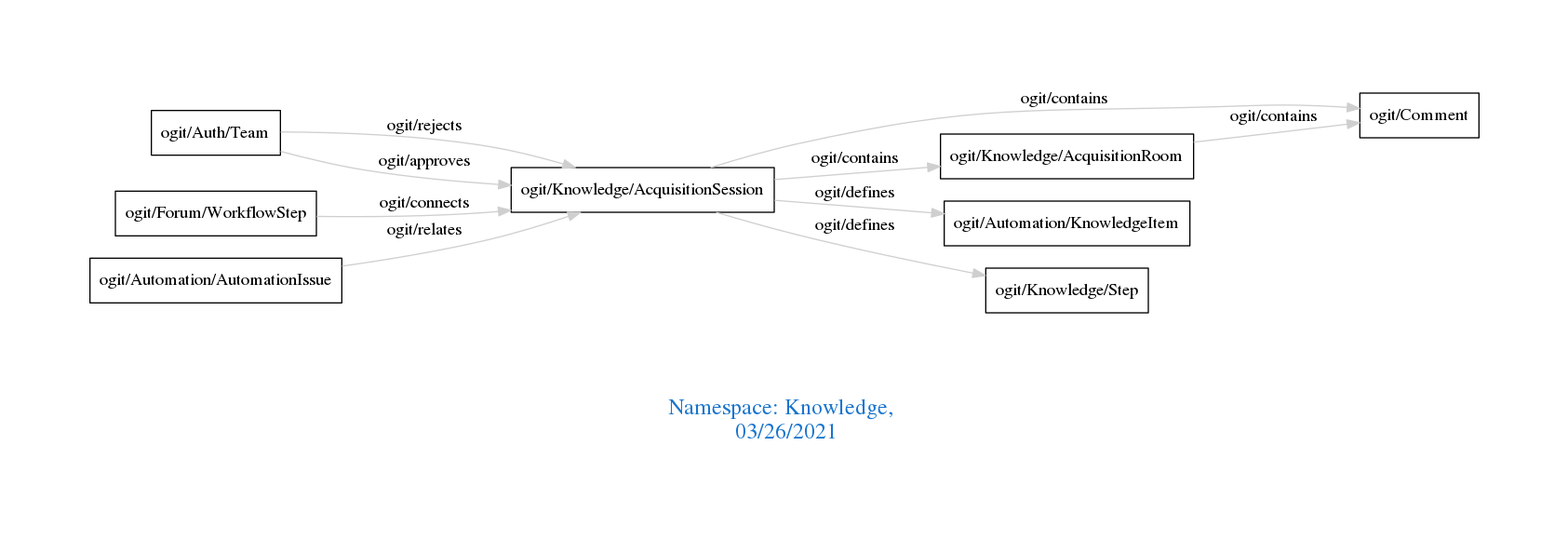
The Graphviz diagram downloads/Knowledge.png in arago/OGIT, before a commit. Its source is kept beside it as downloads/Knowledge.dot.
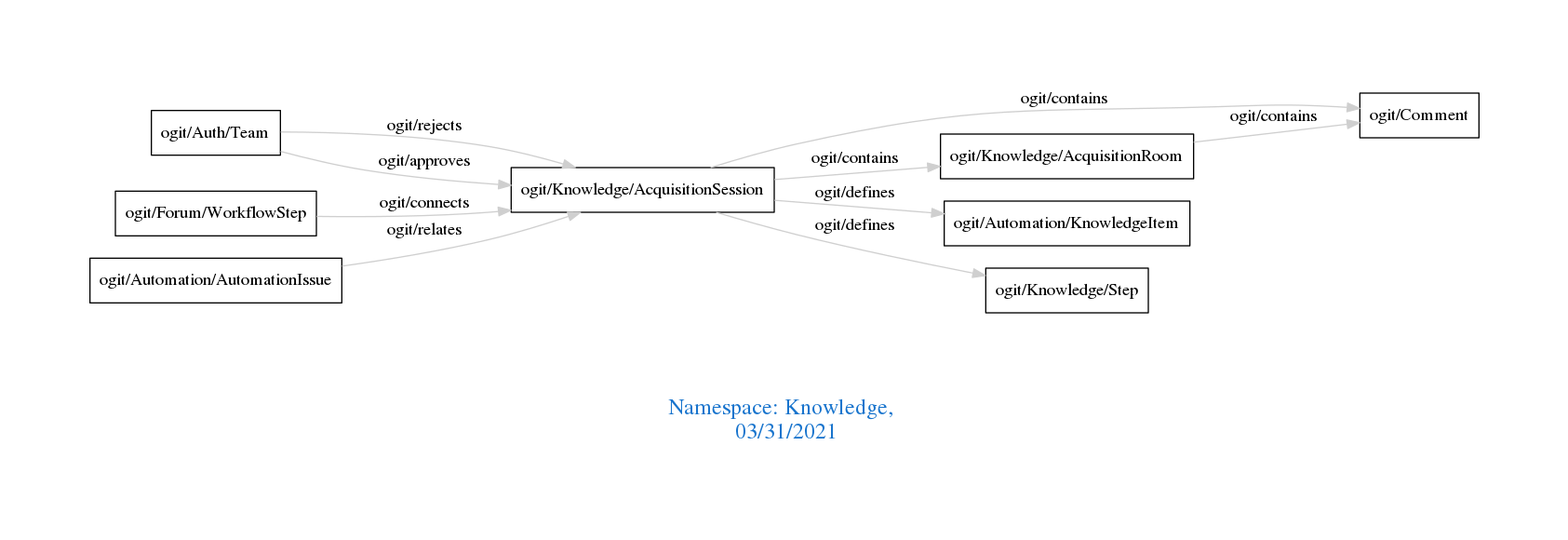
Above is the later version.

The edit, as a diff of the source:
```diff
@@ -1,7 +1,7 @@
 digraph OGIT_ontology {
  graph [ rankdir= LR,pad=1
 fontsize = 18,
-fontcolor= dodgerblue3,label = "\n\n\nNamespace: Knowledge, \n 03/26/2021"];
+fontcolor= dodgerblue3,label = "\n\n\nNamespace: Knowledge, \n 03/31/2021"];
 node[shape=polygon];
 edge [  color="gray81"];
 
```
